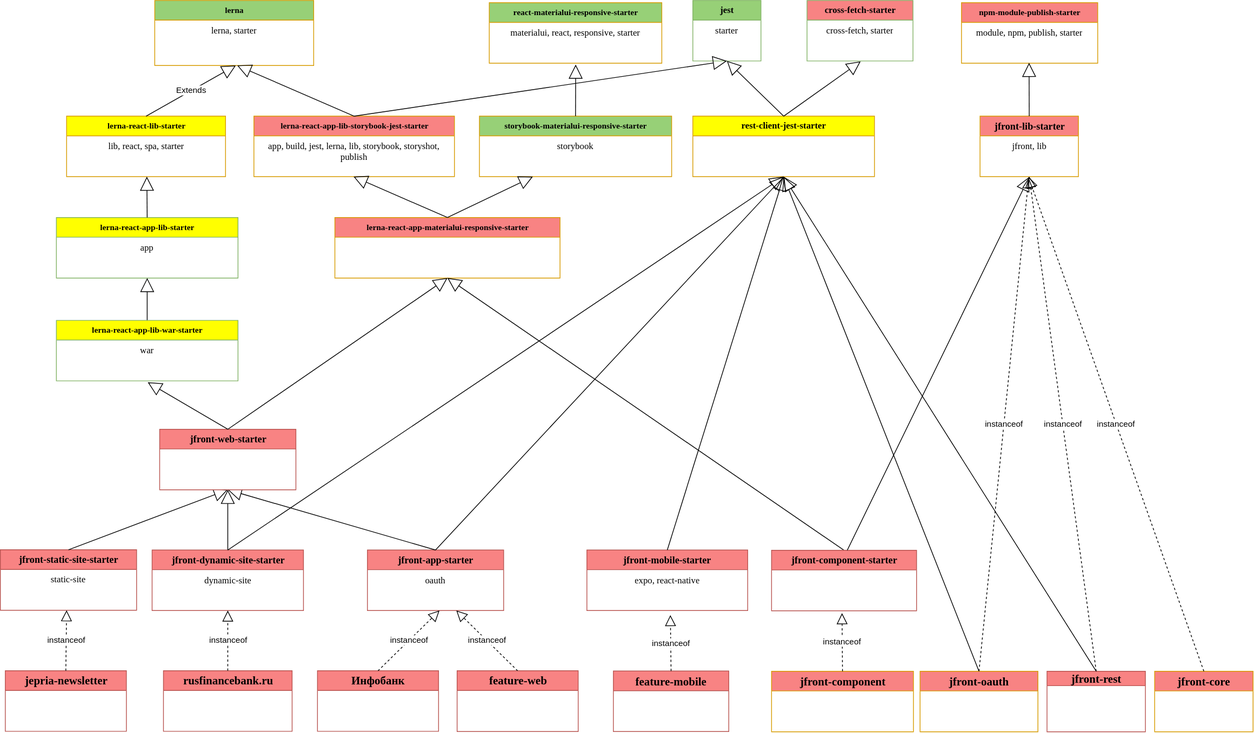
Above: jfront/images/jfront-plan-spa.svg in Jepria/doc (draw.io), before the change. Source tidied: cells renumbered, new cells last; positions are measured from the earlier drawing's top-left corner, leaving out a move shared by most shapes.
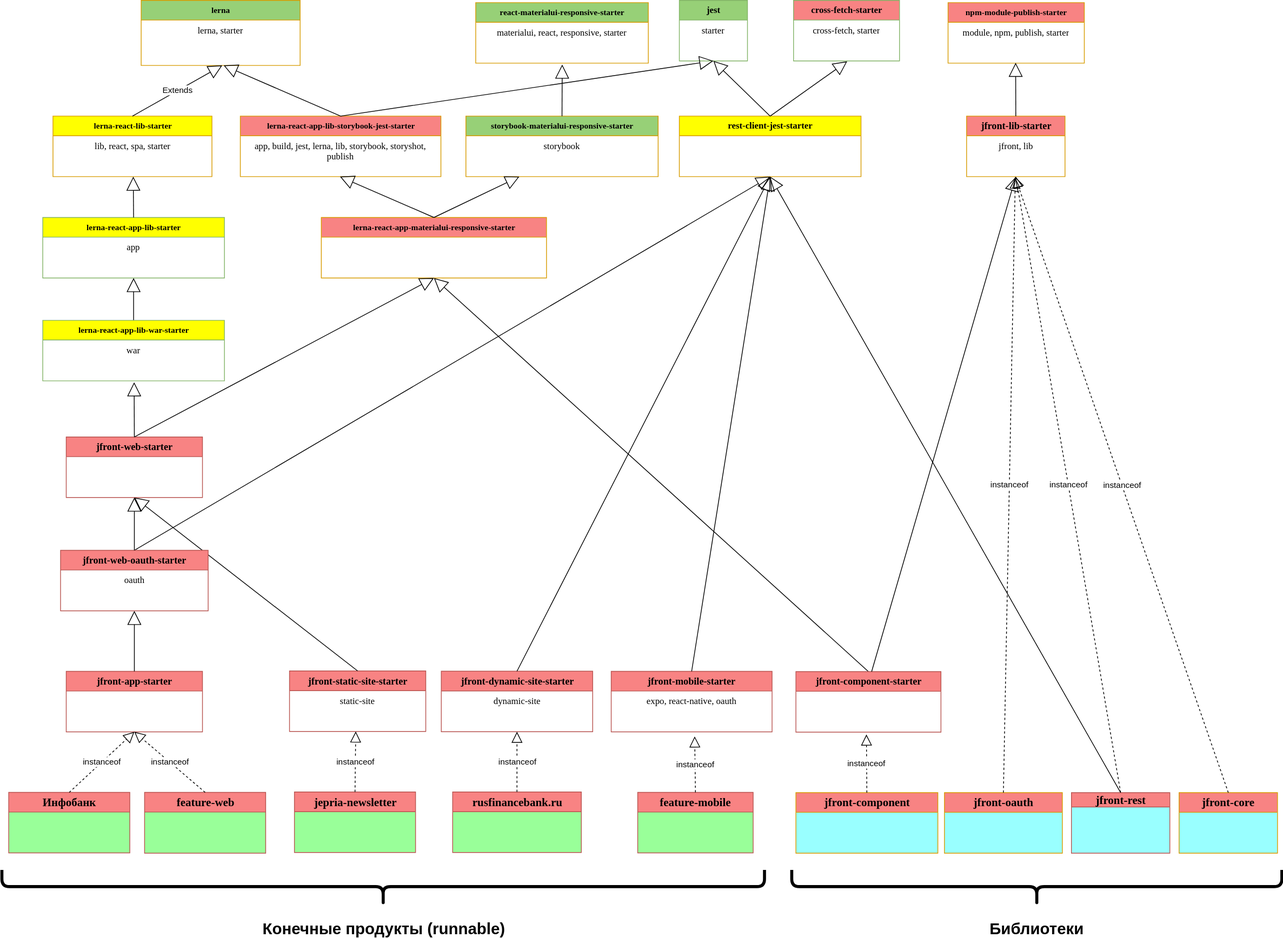
The same file after the commit.

Commit message:
doc: update jfront-plan

Change to the diagram source:
```diff
@@ -5,3 +5,3 @@
     <mxCell id="2" value="&lt;b&gt;&lt;font style=&quot;font-size: 13px&quot;&gt;jfront-static-site-starter&lt;/font&gt;&lt;/b&gt;" style="swimlane;html=1;fontStyle=0;horizontal=1;startSize=26;fillColor=#F88383;swimlaneFillColor=#ffffff;rounded=0;shadow=0;comic=0;labelBackgroundColor=none;strokeWidth=1;fontFamily=Verdana;fontSize=10;align=center;strokeColor=#b85450;" parent="1" vertex="1">
-      <mxGeometry y="726.3" width="180" height="80" as="geometry" />
+      <mxGeometry x="400" y="886.5" width="180" height="80" as="geometry" />
     </mxCell>
@@ -10,19 +10,16 @@
     </mxCell>
-    <mxCell id="4" value="&lt;b&gt;&lt;font style=&quot;font-size: 15px&quot;&gt;rusfinancebank.ru&lt;/font&gt;&lt;/b&gt;" style="swimlane;html=1;fontStyle=0;horizontal=1;startSize=26;fillColor=#F88383;swimlaneFillColor=#ffffff;rounded=0;shadow=0;comic=0;labelBackgroundColor=none;strokeWidth=1;fontFamily=Verdana;fontSize=10;align=center;strokeColor=#b85450;" parent="1" vertex="1">
-      <mxGeometry x="215.5" y="886.3" width="170" height="80" as="geometry" />
+    <mxCell id="4" value="&lt;b&gt;&lt;font style=&quot;font-size: 15px&quot;&gt;rusfinancebank.ru&lt;/font&gt;&lt;/b&gt;" style="swimlane;html=1;fontStyle=0;horizontal=1;startSize=26;fillColor=#F88383;swimlaneFillColor=#99FF99;rounded=0;shadow=0;comic=0;labelBackgroundColor=none;strokeWidth=1;fontFamily=Verdana;fontSize=10;align=center;strokeColor=#b85450;" parent="1" vertex="1">
+      <mxGeometry x="615.5" y="1046.5" width="170" height="80" as="geometry" />
     </mxCell>
     <mxCell id="5" value="&lt;b&gt;&lt;font style=&quot;font-size: 13px&quot;&gt;jfront-app-starter&lt;/font&gt;&lt;/b&gt;" style="swimlane;html=1;fontStyle=0;horizontal=1;startSize=26;fillColor=#F88383;swimlaneFillColor=#ffffff;rounded=0;shadow=0;comic=0;labelBackgroundColor=none;strokeWidth=1;fontFamily=Verdana;fontSize=10;align=center;strokeColor=#b85450;" parent="1" vertex="1">
-      <mxGeometry x="485" y="726.7" width="180" height="80" as="geometry" />
+      <mxGeometry x="105" y="887" width="180" height="80" as="geometry" />
     </mxCell>
-    <mxCell id="6" value="&lt;div&gt;&lt;span&gt;&lt;font face=&quot;verdana&quot;&gt;oauth&lt;/font&gt;&lt;/span&gt;&lt;/div&gt;" style="text;html=1;strokeColor=none;fillColor=none;align=center;verticalAlign=top;spacingLeft=4;spacingRight=4;whiteSpace=wrap;overflow=hidden;points=[[0,0.5],[1,0.5]];portConstraint=eastwest;" parent="5" vertex="1">
-      <mxGeometry y="26" width="180" height="54" as="geometry" />
-    </mxCell>
-    <mxCell id="7" value="&lt;b&gt;&lt;font style=&quot;font-size: 15px&quot;&gt;feature-web&lt;/font&gt;&lt;/b&gt;" style="swimlane;html=1;fontStyle=0;horizontal=1;startSize=26;fillColor=#F88383;swimlaneFillColor=#ffffff;rounded=0;shadow=0;comic=0;labelBackgroundColor=none;strokeWidth=1;fontFamily=Verdana;fontSize=10;align=center;strokeColor=#b85450;" parent="1" vertex="1">
-      <mxGeometry x="603.5" y="886.3" width="160" height="80.3" as="geometry" />
+    <mxCell id="7" value="&lt;b&gt;&lt;font style=&quot;font-size: 15px&quot;&gt;feature-web&lt;/font&gt;&lt;/b&gt;" style="swimlane;html=1;fontStyle=0;horizontal=1;startSize=26;fillColor=#F88383;swimlaneFillColor=#99FF99;rounded=0;shadow=0;comic=0;labelBackgroundColor=none;strokeWidth=1;fontFamily=Verdana;fontSize=10;align=center;strokeColor=#b85450;" parent="1" vertex="1">
+      <mxGeometry x="208.5" y="1047" width="160" height="80.3" as="geometry" />
     </mxCell>
-    <mxCell id="8" value="instanceof" style="endArrow=block;dashed=1;endFill=0;endSize=12;html=1;exitX=0.5;exitY=0;exitDx=0;exitDy=0;" parent="1" edge="1" source="7" target="6">
+    <mxCell id="8" value="instanceof" style="endArrow=block;dashed=1;endFill=0;endSize=12;html=1;exitX=0.5;exitY=0;exitDx=0;exitDy=0;entryX=0.5;entryY=1;entryDx=0;entryDy=0;" parent="1" edge="1" source="7" target="5">
       <mxGeometry relative="1" as="geometry" />
     </mxCell>
-    <mxCell id="9" value="&lt;b&gt;&lt;font style=&quot;font-size: 15px&quot;&gt;jfront-rest&lt;/font&gt;&lt;/b&gt;" style="swimlane;html=1;fontStyle=0;horizontal=1;startSize=19;fillColor=#F88383;swimlaneFillColor=#ffffff;rounded=0;shadow=0;comic=0;labelBackgroundColor=none;strokeWidth=1;fontFamily=Verdana;fontSize=10;align=center;strokeColor=#b85450;" parent="1" vertex="1">
-      <mxGeometry x="1383" y="887" width="130" height="80" as="geometry" />
+    <mxCell id="9" value="&lt;b&gt;&lt;font style=&quot;font-size: 15px&quot;&gt;jfront-rest&lt;/font&gt;&lt;/b&gt;" style="swimlane;html=1;fontStyle=0;horizontal=1;startSize=19;fillColor=#F88383;swimlaneFillColor=#99FFFF;rounded=0;shadow=0;comic=0;labelBackgroundColor=none;strokeWidth=1;fontFamily=Verdana;fontSize=10;align=center;strokeColor=#b85450;" parent="1" vertex="1">
+      <mxGeometry x="1433" y="1047.3" width="130" height="80" as="geometry" />
     </mxCell>
@@ -31,7 +28,7 @@
     </mxCell>
-    <mxCell id="11" value="&lt;span style=&quot;font-size: 15px&quot;&gt;&lt;b&gt;Инфобанк&lt;/b&gt;&lt;/span&gt;" style="swimlane;html=1;fontStyle=0;horizontal=1;startSize=26;fillColor=#F88383;swimlaneFillColor=#ffffff;rounded=0;shadow=0;comic=0;labelBackgroundColor=none;strokeWidth=1;fontFamily=Verdana;fontSize=10;align=center;strokeColor=#b85450;" parent="1" vertex="1">
-      <mxGeometry x="419" y="886.3" width="160" height="80" as="geometry" />
+    <mxCell id="11" value="&lt;span style=&quot;font-size: 15px&quot;&gt;&lt;b&gt;Инфобанк&lt;/b&gt;&lt;/span&gt;" style="swimlane;html=1;fontStyle=0;horizontal=1;startSize=26;fillColor=#F88383;swimlaneFillColor=#99FF99;rounded=0;shadow=0;comic=0;labelBackgroundColor=none;strokeWidth=1;fontFamily=Verdana;fontSize=10;align=center;strokeColor=#b85450;" parent="1" vertex="1">
+      <mxGeometry x="29" y="1047" width="160" height="80" as="geometry" />
     </mxCell>
     <mxCell id="12" value="&lt;b&gt;&lt;font style=&quot;font-size: 13px&quot;&gt;jfront-dynamic-site-starter&lt;/font&gt;&lt;/b&gt;" style="swimlane;html=1;fontStyle=0;horizontal=1;startSize=26;fillColor=#F88383;swimlaneFillColor=#ffffff;rounded=0;shadow=0;comic=0;labelBackgroundColor=none;strokeWidth=1;fontFamily=Verdana;fontSize=10;align=center;strokeColor=#b85450;" parent="1" vertex="1">
-      <mxGeometry x="200.5" y="726.7" width="200" height="80" as="geometry" />
+      <mxGeometry x="600.5" y="886.8" width="200" height="80" as="geometry" />
     </mxCell>
@@ -49,5 +46,2 @@
     </mxCell>
-    <mxCell id="17" style="endArrow=block;endSize=16;endFill=0;html=1;entryX=0.5;entryY=1;entryDx=0;entryDy=0;exitX=0.5;exitY=0;exitDx=0;exitDy=0;" parent="1" edge="1" source="47" target="16">
-      <mxGeometry relative="1" as="geometry" />
-    </mxCell>
     <mxCell id="18" value="&lt;b&gt;&lt;font style=&quot;font-size: 12px&quot;&gt;jest&lt;/font&gt;&lt;/b&gt;&lt;b&gt;&lt;font style=&quot;font-size: 12px&quot;&gt;&lt;br&gt;&lt;/font&gt;&lt;/b&gt;" style="swimlane;html=1;fontStyle=0;horizontal=1;startSize=26;swimlaneFillColor=#ffffff;rounded=0;shadow=0;comic=0;labelBackgroundColor=none;strokeWidth=1;fontFamily=Verdana;fontSize=10;align=center;fillColor=#97D077;strokeColor=#82b366;" parent="1" vertex="1">
@@ -94,3 +88,3 @@
     </mxCell>
-    <mxCell id="32" value="instanceof" style="endArrow=block;dashed=1;endFill=0;endSize=12;html=1;entryX=0.529;entryY=1.001;entryDx=0;entryDy=0;exitX=0.5;exitY=0;exitDx=0;exitDy=0;entryPerimeter=0;" parent="1" edge="1" source="11" target="6">
+    <mxCell id="32" value="instanceof" style="endArrow=block;dashed=1;endFill=0;endSize=12;html=1;entryX=0.5;entryY=1;entryDx=0;entryDy=0;exitX=0.5;exitY=0;exitDx=0;exitDy=0;" parent="1" edge="1" source="11" target="5">
       <mxGeometry relative="1" as="geometry" />
@@ -129,4 +123,4 @@
     </mxCell>
-    <mxCell id="43" value="&lt;b&gt;&lt;font&gt;&lt;font style=&quot;font-size: 15px&quot;&gt;jfront-component&lt;/font&gt;&lt;br&gt;&lt;/font&gt;&lt;/b&gt;" style="swimlane;html=1;fontStyle=0;horizontal=1;startSize=26;swimlaneFillColor=#ffffff;rounded=0;shadow=0;comic=0;labelBackgroundColor=none;strokeWidth=1;fontFamily=Verdana;fontSize=10;align=center;fillColor=#F88383;strokeColor=#d79b00;" parent="1" vertex="1">
-      <mxGeometry x="1019" y="887" width="187.5" height="80" as="geometry" />
+    <mxCell id="43" value="&lt;b&gt;&lt;font&gt;&lt;font style=&quot;font-size: 15px&quot;&gt;jfront-component&lt;/font&gt;&lt;br&gt;&lt;/font&gt;&lt;/b&gt;" style="swimlane;html=1;fontStyle=0;horizontal=1;startSize=26;swimlaneFillColor=#99FFFF;rounded=0;shadow=0;comic=0;labelBackgroundColor=none;strokeWidth=1;fontFamily=Verdana;fontSize=10;align=center;fillColor=#F88383;strokeColor=#d79b00;" parent="1" vertex="1">
+      <mxGeometry x="1069" y="1047.3" width="187.5" height="80" as="geometry" />
     </mxCell>
@@ -138,10 +132,10 @@
     </mxCell>
-    <mxCell id="46" style="endArrow=block;endSize=16;endFill=0;html=1;exitX=0.5;exitY=0;exitDx=0;exitDy=0;entryX=0.5;entryY=1;entryDx=0;entryDy=0;" parent="1" edge="1" source="5" target="74">
+    <mxCell id="46" style="endArrow=block;endSize=16;endFill=0;html=1;exitX=0.5;exitY=0;exitDx=0;exitDy=0;entryX=0.5;entryY=1;entryDx=0;entryDy=0;" parent="1" edge="1" source="5" target="77">
       <mxGeometry relative="1" as="geometry" />
     </mxCell>
-    <mxCell id="47" value="&lt;b&gt;&lt;font&gt;&lt;font style=&quot;font-size: 15px&quot;&gt;jfront-oauth&lt;/font&gt;&lt;br&gt;&lt;/font&gt;&lt;/b&gt;" style="swimlane;html=1;fontStyle=0;horizontal=1;startSize=26;swimlaneFillColor=#ffffff;rounded=0;shadow=0;comic=0;labelBackgroundColor=none;strokeWidth=1;fontFamily=Verdana;fontSize=10;align=center;fillColor=#F88383;strokeColor=#d79b00;" parent="1" vertex="1">
-      <mxGeometry x="1215.2" y="887" width="155.8" height="80" as="geometry" />
+    <mxCell id="47" value="&lt;b&gt;&lt;font&gt;&lt;font style=&quot;font-size: 15px&quot;&gt;jfront-oauth&lt;/font&gt;&lt;br&gt;&lt;/font&gt;&lt;/b&gt;" style="swimlane;html=1;fontStyle=0;horizontal=1;startSize=26;swimlaneFillColor=#99FFFF;rounded=0;shadow=0;comic=0;labelBackgroundColor=none;strokeWidth=1;fontFamily=Verdana;fontSize=10;align=center;fillColor=#F88383;strokeColor=#d79b00;" parent="1" vertex="1">
+      <mxGeometry x="1265.2" y="1047.3" width="155.8" height="80" as="geometry" />
     </mxCell>
-    <mxCell id="48" value="&lt;b&gt;&lt;font&gt;&lt;font style=&quot;font-size: 15px&quot;&gt;jfront-core&lt;/font&gt;&lt;br&gt;&lt;/font&gt;&lt;/b&gt;" style="swimlane;html=1;fontStyle=0;horizontal=1;startSize=26;swimlaneFillColor=#ffffff;rounded=0;shadow=0;comic=0;labelBackgroundColor=none;strokeWidth=1;fontFamily=Verdana;fontSize=10;align=center;fillColor=#F88383;strokeColor=#d79b00;" parent="1" vertex="1">
-      <mxGeometry x="1525.2" y="887" width="130" height="80" as="geometry" />
+    <mxCell id="48" value="&lt;b&gt;&lt;font&gt;&lt;font style=&quot;font-size: 15px&quot;&gt;jfront-core&lt;/font&gt;&lt;br&gt;&lt;/font&gt;&lt;/b&gt;" style="swimlane;html=1;fontStyle=0;horizontal=1;startSize=26;swimlaneFillColor=#99FFFF;rounded=0;shadow=0;comic=0;labelBackgroundColor=none;strokeWidth=1;fontFamily=Verdana;fontSize=10;align=center;fillColor=#F88383;strokeColor=#d79b00;" parent="1" vertex="1">
+      <mxGeometry x="1575.2" y="1047.3" width="130" height="80" as="geometry" />
     </mxCell>
@@ -179,12 +173,6 @@
       <mxGeometry relative="1" as="geometry">
-        <mxPoint x="1112.1" y="810.1" as="targetPoint" />
+        <mxPoint x="1162.1" y="970.5" as="targetPoint" />
       </mxGeometry>
     </mxCell>
-    <mxCell id="60" style="endArrow=block;endSize=16;endFill=0;html=1;exitX=0.5;exitY=0;exitDx=0;exitDy=0;entryX=0.5;entryY=1;entryDx=0;entryDy=0;" parent="1" edge="1" source="5" target="16">
-      <mxGeometry relative="1" as="geometry" />
-    </mxCell>
-    <mxCell id="61" style="endArrow=block;endSize=16;endFill=0;html=1;exitX=0.5;exitY=0;exitDx=0;exitDy=0;entryX=0.5;entryY=1;entryDx=0;entryDy=0;" parent="1" edge="1" source="12" target="74">
-      <mxGeometry relative="1" as="geometry" />
-    </mxCell>
-    <mxCell id="62" style="endArrow=block;endSize=16;endFill=0;html=1;exitX=0.5;exitY=0;exitDx=0;exitDy=0;entryX=0.5;entryY=1;entryDx=0;entryDy=0;" parent="1" edge="1" source="12" target="16">
+    <mxCell id="62" style="endArrow=block;endSize=16;endFill=0;html=1;exitX=0.5;exitY=0;exitDx=0;exitDy=0;entryX=0.5;entryY=1;entryDx=0;entryDy=0;" parent="1" edge="1" source="77" target="16">
       <mxGeometry relative="1" as="geometry" />
@@ -198,15 +186,15 @@
     <mxCell id="65" value="&lt;b&gt;&lt;font style=&quot;font-size: 13px&quot;&gt;jfront-component-starter&lt;/font&gt;&lt;/b&gt;" style="swimlane;html=1;fontStyle=0;horizontal=1;startSize=26;fillColor=#F88383;swimlaneFillColor=#ffffff;rounded=0;shadow=0;comic=0;labelBackgroundColor=none;strokeWidth=1;fontFamily=Verdana;fontSize=10;align=center;strokeColor=#b85450;" parent="1" vertex="1">
-      <mxGeometry x="1019" y="727" width="191.6" height="80" as="geometry" />
+      <mxGeometry x="1069" y="887.3" width="191.6" height="80" as="geometry" />
     </mxCell>
     <mxCell id="66" value="&lt;b&gt;&lt;font style=&quot;font-size: 13px&quot;&gt;jfront-mobile-starter&lt;/font&gt;&lt;/b&gt;" style="swimlane;html=1;fontStyle=0;horizontal=1;startSize=26;fillColor=#F88383;swimlaneFillColor=#ffffff;rounded=0;shadow=0;comic=0;labelBackgroundColor=none;strokeWidth=1;fontFamily=Verdana;fontSize=10;align=center;strokeColor=#b85450;" parent="1" vertex="1">
-      <mxGeometry x="775" y="726.7" width="212.5" height="80" as="geometry" />
+      <mxGeometry x="825" y="887" width="212.5" height="80" as="geometry" />
     </mxCell>
-    <mxCell id="67" value="&lt;div&gt;&lt;span&gt;&lt;font face=&quot;verdana&quot;&gt;expo, react-native&lt;/font&gt;&lt;/span&gt;&lt;/div&gt;" style="text;html=1;strokeColor=none;fillColor=none;align=center;verticalAlign=top;spacingLeft=4;spacingRight=4;whiteSpace=wrap;overflow=hidden;points=[[0,0.5],[1,0.5]];portConstraint=eastwest;" parent="66" vertex="1">
+    <mxCell id="67" value="&lt;div&gt;&lt;span&gt;&lt;font face=&quot;verdana&quot;&gt;expo, react-native, oauth&lt;/font&gt;&lt;/span&gt;&lt;/div&gt;" style="text;html=1;strokeColor=none;fillColor=none;align=center;verticalAlign=top;spacingLeft=4;spacingRight=4;whiteSpace=wrap;overflow=hidden;points=[[0,0.5],[1,0.5]];portConstraint=eastwest;" parent="66" vertex="1">
       <mxGeometry y="26" width="212.5" height="54" as="geometry" />
     </mxCell>
-    <mxCell id="68" value="&lt;b&gt;&lt;font style=&quot;font-size: 15px&quot;&gt;feature-mobile&lt;/font&gt;&lt;/b&gt;" style="swimlane;html=1;fontStyle=0;horizontal=1;startSize=26;fillColor=#F88383;swimlaneFillColor=#ffffff;rounded=0;shadow=0;comic=0;labelBackgroundColor=none;strokeWidth=1;fontFamily=Verdana;fontSize=10;align=center;strokeColor=#b85450;" parent="1" vertex="1">
-      <mxGeometry x="810" y="886.7" width="152.5" height="80" as="geometry" />
+    <mxCell id="68" value="&lt;b&gt;&lt;font style=&quot;font-size: 15px&quot;&gt;feature-mobile&lt;/font&gt;&lt;/b&gt;" style="swimlane;html=1;fontStyle=0;horizontal=1;startSize=26;fillColor=#F88383;swimlaneFillColor=#99FF99;rounded=0;shadow=0;comic=0;labelBackgroundColor=none;strokeWidth=1;fontFamily=Verdana;fontSize=10;align=center;strokeColor=#b85450;" parent="1" vertex="1">
+      <mxGeometry x="860" y="1047" width="152.5" height="80" as="geometry" />
     </mxCell>
-    <mxCell id="69" value="&lt;b&gt;&lt;font style=&quot;font-size: 15px&quot;&gt;jepria-newsletter&lt;/font&gt;&lt;/b&gt;" style="swimlane;html=1;fontStyle=0;horizontal=1;startSize=26;fillColor=#F88383;swimlaneFillColor=#ffffff;rounded=0;shadow=0;comic=0;labelBackgroundColor=none;strokeWidth=1;fontFamily=Verdana;fontSize=10;align=center;strokeColor=#b85450;" parent="1" vertex="1">
-      <mxGeometry x="6.5" y="886.3" width="160" height="80" as="geometry" />
+    <mxCell id="69" value="&lt;b&gt;&lt;font style=&quot;font-size: 15px&quot;&gt;jepria-newsletter&lt;/font&gt;&lt;/b&gt;" style="swimlane;html=1;fontStyle=0;horizontal=1;startSize=26;fillColor=#F88383;swimlaneFillColor=#99FF99;rounded=0;shadow=0;comic=0;labelBackgroundColor=none;strokeWidth=1;fontFamily=Verdana;fontSize=10;align=center;strokeColor=#b85450;" parent="1" vertex="1">
+      <mxGeometry x="406.5" y="1046.5" width="160" height="80" as="geometry" />
     </mxCell>
@@ -225,3 +213,3 @@
     <mxCell id="74" value="&lt;b&gt;&lt;font style=&quot;font-size: 13px&quot;&gt;jfront-web-starter&lt;/font&gt;&lt;/b&gt;" style="swimlane;html=1;fontStyle=0;horizontal=1;startSize=26;fillColor=#F88383;swimlaneFillColor=#ffffff;rounded=0;shadow=0;comic=0;labelBackgroundColor=none;strokeWidth=1;fontFamily=Verdana;fontSize=10;align=center;strokeColor=#b85450;" parent="1" vertex="1">
-      <mxGeometry x="210.5" y="567" width="180" height="80" as="geometry" />
+      <mxGeometry x="105" y="577.2" width="180" height="80" as="geometry" />
     </mxCell>
@@ -233,2 +221,26 @@
     </mxCell>
+    <mxCell id="77" value="&lt;b&gt;&lt;font style=&quot;font-size: 13px&quot;&gt;jfront-web-oauth-starter&lt;/font&gt;&lt;/b&gt;" style="swimlane;html=1;fontStyle=0;horizontal=1;startSize=26;fillColor=#F88383;swimlaneFillColor=#ffffff;rounded=0;shadow=0;comic=0;labelBackgroundColor=none;strokeWidth=1;fontFamily=Verdana;fontSize=10;align=center;strokeColor=#b85450;" parent="1" vertex="1">
+      <mxGeometry x="97.5" y="727" width="195" height="80" as="geometry" />
+    </mxCell>
+    <mxCell id="6" value="&lt;div&gt;&lt;span&gt;&lt;font face=&quot;verdana&quot;&gt;oauth&lt;/font&gt;&lt;/span&gt;&lt;/div&gt;" style="text;html=1;strokeColor=none;fillColor=none;align=center;verticalAlign=top;spacingLeft=4;spacingRight=4;whiteSpace=wrap;overflow=hidden;points=[[0,0.5],[1,0.5]];portConstraint=eastwest;" parent="77" vertex="1">
+      <mxGeometry y="26" width="195" height="54" as="geometry" />
+    </mxCell>
+    <mxCell id="78" style="endArrow=block;endSize=16;endFill=0;html=1;exitX=0.5;exitY=0;exitDx=0;exitDy=0;entryX=0.5;entryY=1;entryDx=0;entryDy=0;" parent="1" edge="1" source="12" target="16">
+      <mxGeometry relative="1" as="geometry" />
+    </mxCell>
+    <mxCell id="79" style="endArrow=block;endSize=16;endFill=0;html=1;exitX=0.5;exitY=0;exitDx=0;exitDy=0;entryX=0.5;entryY=1;entryDx=0;entryDy=0;" parent="1" edge="1" source="77" target="74">
+      <mxGeometry relative="1" as="geometry" />
+    </mxCell>
+    <mxCell id="80" style="shape=curlyBracket;whiteSpace=wrap;html=1;rounded=1;strokeWidth=4;fillColor=#F88383;size=0.5353383458646644;rotation=-90;" parent="1" vertex="1">
+      <mxGeometry x="500" y="669.5" width="47.5" height="1007.5" as="geometry" />
+    </mxCell>
+    <mxCell id="81" style="shape=curlyBracket;whiteSpace=wrap;html=1;rounded=1;strokeWidth=4;fillColor=#F88383;size=0.5353383458646644;rotation=-90;" parent="1" vertex="1">
+      <mxGeometry x="1363.5" y="849.5" width="47.5" height="647.5" as="geometry" />
+    </mxCell>
+    <mxCell id="82" value="Конечные продукты (runnable)" style="text;html=1;strokeColor=none;fillColor=none;align=center;verticalAlign=middle;whiteSpace=wrap;rounded=0;fontSize=21;fontStyle=1;" parent="1" vertex="1">
+      <mxGeometry x="20" y="1217" width="1010" height="20" as="geometry" />
+    </mxCell>
+    <mxCell id="83" value="Библиотеки" style="text;html=1;strokeColor=none;fillColor=none;align=center;verticalAlign=middle;whiteSpace=wrap;rounded=0;fontSize=21;fontStyle=1;" parent="1" vertex="1">
+      <mxGeometry x="1066.8" y="1217" width="641" height="20" as="geometry" />
+    </mxCell>
   </root>
```
